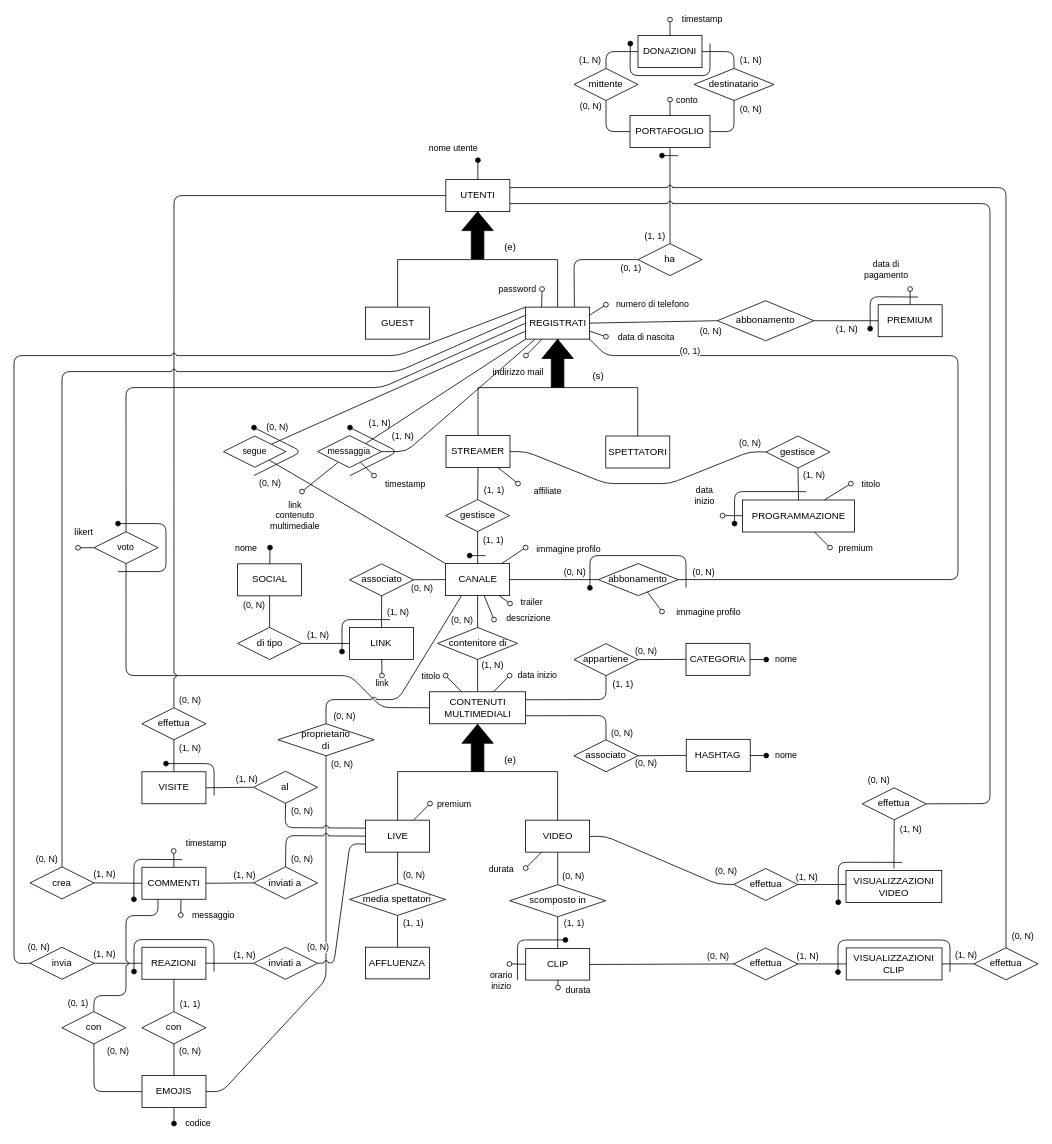
This is Progetto Esame - DBSperimentazioni A.A. 2023-2024/Diagrammi/1.5 Schema E-R.drawio from Mattron2000/Basi_di_dati, a draw.io file, before an edit. Source tidied: cells renumbered, new cells numbered last; positions are measured from the earlier drawing's top-left corner, leaving out a move shared by most shapes. Both pictures are drawn from the tidied source at 80%, with x=0, y=0 at pixel (14, 19).
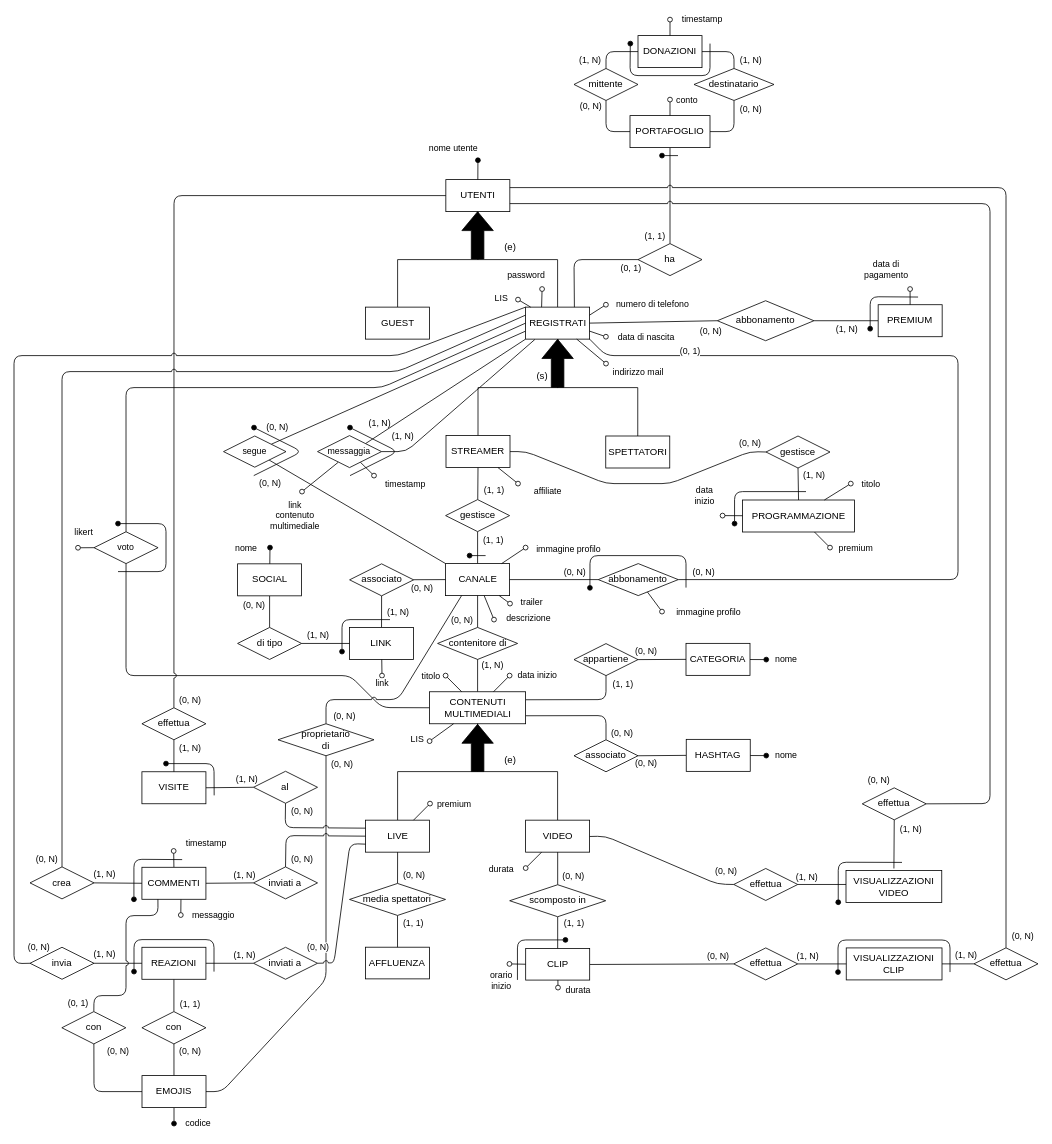
After the change.

Commit message:
Aggiornato mappa concettuale parte 7

Fine della pagina 4 del pdf

The change refers to these unchanged cells:
```xml
<mxCell id="25" value="REGISTRATI" style="whiteSpace=wrap;html=1;" parent="1" vertex="1">
  <mxGeometry x="639.5" y="359.4" width="80" height="40" as="geometry" />
</mxCell>
<mxCell id="35" style="endArrow=oval;html=1;fillStyle=auto;strokeWidth=1;startSize=6;endSize=6;fillColor=#000000;startArrow=none;startFill=0;endFill=0;exitX=0.25;exitY=0;exitDx=0;exitDy=0;" parent="1" edge="1" source="25">
  <mxGeometry relative="1" as="geometry">
    <mxPoint x="660.1" y="336.8" as="targetPoint" />
  </mxGeometry>
</mxCell>
<mxCell id="102" value="CONTENUTI&lt;br&gt;MULTIMEDIALI" style="rounded=0;whiteSpace=wrap;html=1;" parent="1" vertex="1">
  <mxGeometry x="519.5" y="840.2" width="120" height="40" as="geometry" />
</mxCell>
```

The edit, as a diff of the source:
```diff
@@
     <mxCell id="36" value="password" style="edgeLabel;html=1;align=center;verticalAlign=middle;" parent="35" vertex="1">
       <mxGeometry x="0.48" y="1" relative="1" as="geometry">
-        <mxPoint x="-30" y="-6" as="offset" />
+        <mxPoint x="-19" y="-23" as="offset" />
       </mxGeometry>
     </mxCell>
     <mxCell id="37" style="endArrow=oval;html=1;fillStyle=auto;strokeWidth=1;startSize=6;endSize=6;fillColor=#000000;startArrow=none;startFill=0;endFill=0;" parent="1" edge="1" source="25">
       <mxGeometry relative="1" as="geometry">
-        <mxPoint x="640" y="420" as="targetPoint" />
+        <mxPoint x="740" y="430" as="targetPoint" />
       </mxGeometry>
     </mxCell>
     <mxCell id="38" value="indirizzo mail" style="edgeLabel;html=1;align=center;verticalAlign=middle;" parent="37" vertex="1">
       <mxGeometry x="0.48" y="1" relative="1" as="geometry">
-        <mxPoint x="-17" y="25" as="offset" />
+        <mxPoint x="49" y="19" as="offset" />
       </mxGeometry>
     </mxCell>
@@
     <mxCell id="108" value="(s)" style="text;html=1;align=center;verticalAlign=middle;strokeColor=none;fillColor=none;" parent="1" vertex="1">
-      <mxGeometry x="710" y="431" width="40" height="30" as="geometry" />
+      <mxGeometry x="639.5" y="431" width="40" height="30" as="geometry" />
     </mxCell>
@@
+    <mxCell id="255" style="endArrow=oval;html=1;fillStyle=auto;strokeWidth=1;startSize=6;endSize=6;fillColor=#000000;startArrow=none;startFill=0;endFill=0;" parent="1" edge="1" source="25">
+      <mxGeometry relative="1" as="geometry">
+        <mxPoint x="630" y="350" as="targetPoint" />
+      </mxGeometry>
+    </mxCell>
+    <mxCell id="256" value="LIS" style="edgeLabel;html=1;align=center;verticalAlign=middle;" parent="255" vertex="1">
+      <mxGeometry x="0.48" y="1" relative="1" as="geometry">
+        <mxPoint x="-25" y="-6" as="offset" />
+      </mxGeometry>
+    </mxCell>
+    <mxCell id="257" style="endArrow=oval;html=1;fillStyle=auto;strokeWidth=1;startSize=6;endSize=6;fillColor=#000000;startArrow=none;startFill=0;endFill=0;exitX=0.25;exitY=1;exitDx=0;exitDy=0;" parent="1" edge="1" source="102">
+      <mxGeometry relative="1" as="geometry">
+        <mxPoint x="519.5" y="901.9" as="targetPoint" />
+      </mxGeometry>
+    </mxCell>
+    <mxCell id="258" value="LIS" style="edgeLabel;html=1;align=center;verticalAlign=middle;" parent="257" vertex="1">
+      <mxGeometry x="0.48" y="1" relative="1" as="geometry">
+        <mxPoint x="-25" y="3" as="offset" />
+      </mxGeometry>
+    </mxCell>
```
